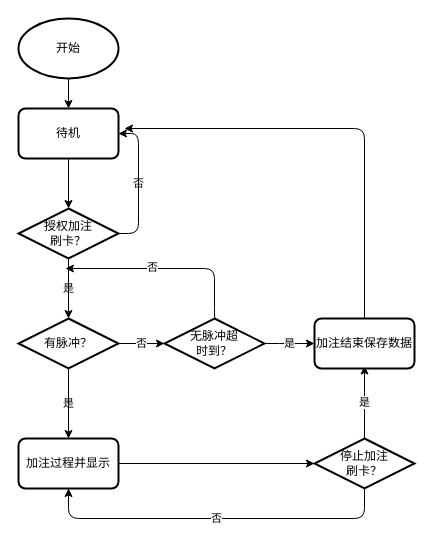
Above: page "操作流程图" (2 of 3) of electroic_meter.drawio in kupier/12306-electron (draw.io), before the change. Source tidied: cells renumbered, new cells numbered last; positions are measured from the earlier drawing's top-left corner, leaving out a move shared by most shapes. Both pictures are drawn from the tidied source at 100%, with x=0, y=0 at pixel (18, 18).
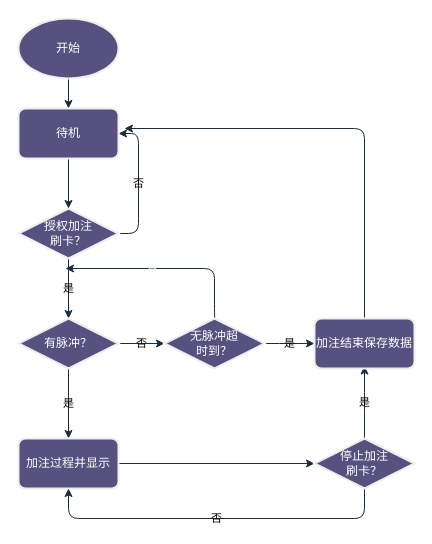
The same page after the edit.

The edit, as a diff of the source:
```diff
@@
-    <mxCell id="2" style="edgeStyle=orthogonalEdgeStyle;rounded=1;jettySize=auto;html=1;exitX=0.5;exitY=1;exitDx=0;exitDy=0;exitPerimeter=0;entryX=0.5;entryY=0;entryDx=0;entryDy=0;labelBackgroundColor=none;fontColor=default;" parent="1" edge="1" source="3" target="9">
+    <mxCell id="2" style="edgeStyle=orthogonalEdgeStyle;rounded=1;jettySize=auto;html=1;exitX=0.5;exitY=1;exitDx=0;exitDy=0;exitPerimeter=0;entryX=0.5;entryY=0;entryDx=0;entryDy=0;labelBackgroundColor=none;fontColor=default;strokeColor=#182E3E;" parent="1" edge="1" source="3" target="9">
       <mxGeometry relative="1" as="geometry" />
     </mxCell>
-    <mxCell id="3" value="开始" style="strokeWidth=2;html=1;shape=mxgraph.flowchart.start_1;whiteSpace=wrap;rounded=1;labelBackgroundColor=none;" parent="1" vertex="1">
+    <mxCell id="3" value="开始" style="strokeWidth=2;html=1;shape=mxgraph.flowchart.start_1;whiteSpace=wrap;rounded=1;labelBackgroundColor=none;fillColor=#56517E;strokeColor=#EEEEEE;fontColor=#FFFFFF;" parent="1" vertex="1">
       <mxGeometry width="100" height="60" as="geometry" />
     </mxCell>
-    <mxCell id="4" value="是" style="edgeStyle=orthogonalEdgeStyle;rounded=1;jettySize=auto;html=1;exitX=0.5;exitY=1;exitDx=0;exitDy=0;exitPerimeter=0;entryX=0.5;entryY=0;entryDx=0;entryDy=0;startArrow=none;labelBackgroundColor=none;fontColor=default;" parent="1" edge="1" source="13" target="11">
+    <mxCell id="4" value="是" style="edgeStyle=orthogonalEdgeStyle;rounded=1;jettySize=auto;html=1;exitX=0.5;exitY=1;exitDx=0;exitDy=0;exitPerimeter=0;entryX=0.5;entryY=0;entryDx=0;entryDy=0;startArrow=none;labelBackgroundColor=none;fontColor=default;strokeColor=#182E3E;" parent="1" edge="1" source="13" target="11">
       <mxGeometry relative="1" as="geometry" />
     </mxCell>
-    <mxCell id="5" value="是" style="edgeStyle=orthogonalEdgeStyle;rounded=1;jettySize=auto;html=1;exitX=0.5;exitY=1;exitDx=0;exitDy=0;exitPerimeter=0;entryX=0.5;entryY=0;entryDx=0;entryDy=0;entryPerimeter=0;labelBackgroundColor=none;fontColor=default;" parent="1" edge="1" source="7" target="13">
+    <mxCell id="5" value="是" style="edgeStyle=orthogonalEdgeStyle;rounded=1;jettySize=auto;html=1;exitX=0.5;exitY=1;exitDx=0;exitDy=0;exitPerimeter=0;entryX=0.5;entryY=0;entryDx=0;entryDy=0;entryPerimeter=0;labelBackgroundColor=none;fontColor=default;strokeColor=#182E3E;" parent="1" edge="1" source="7" target="13">
       <mxGeometry relative="1" as="geometry" />
     </mxCell>
-    <mxCell id="6" value="否" style="edgeStyle=orthogonalEdgeStyle;rounded=1;jettySize=auto;html=1;exitX=1;exitY=0.5;exitDx=0;exitDy=0;exitPerimeter=0;entryX=1;entryY=0.5;entryDx=0;entryDy=0;labelBackgroundColor=none;fontColor=default;" parent="1" edge="1" source="7" target="9">
+    <mxCell id="6" value="否" style="edgeStyle=orthogonalEdgeStyle;rounded=1;jettySize=auto;html=1;exitX=1;exitY=0.5;exitDx=0;exitDy=0;exitPerimeter=0;entryX=1;entryY=0.5;entryDx=0;entryDy=0;labelBackgroundColor=none;fontColor=default;strokeColor=#182E3E;" parent="1" edge="1" source="7" target="9">
       <mxGeometry relative="1" as="geometry" />
     </mxCell>
-    <mxCell id="7" value="授权加注&lt;br&gt;刷卡？" style="strokeWidth=2;html=1;shape=mxgraph.flowchart.decision;whiteSpace=wrap;rounded=1;labelBackgroundColor=none;" parent="1" vertex="1">
+    <mxCell id="7" value="授权加注&lt;br&gt;刷卡？" style="strokeWidth=2;html=1;shape=mxgraph.flowchart.decision;whiteSpace=wrap;rounded=1;labelBackgroundColor=none;fillColor=#56517E;strokeColor=#EEEEEE;fontColor=#FFFFFF;" parent="1" vertex="1">
       <mxGeometry y="190" width="100" height="50" as="geometry" />
     </mxCell>
-    <mxCell id="8" style="edgeStyle=orthogonalEdgeStyle;rounded=1;jettySize=auto;html=1;exitX=0.5;exitY=1;exitDx=0;exitDy=0;entryX=0.5;entryY=0;entryDx=0;entryDy=0;entryPerimeter=0;labelBackgroundColor=none;fontColor=default;" parent="1" edge="1" source="9" target="7">
+    <mxCell id="8" style="edgeStyle=orthogonalEdgeStyle;rounded=1;jettySize=auto;html=1;exitX=0.5;exitY=1;exitDx=0;exitDy=0;entryX=0.5;entryY=0;entryDx=0;entryDy=0;entryPerimeter=0;labelBackgroundColor=none;fontColor=default;strokeColor=#182E3E;" parent="1" edge="1" source="9" target="7">
       <mxGeometry relative="1" as="geometry" />
     </mxCell>
-    <mxCell id="9" value="待机" style="rounded=1;whiteSpace=wrap;html=1;absoluteArcSize=1;arcSize=14;strokeWidth=2;labelBackgroundColor=none;" parent="1" vertex="1">
+    <mxCell id="9" value="待机" style="rounded=1;whiteSpace=wrap;html=1;absoluteArcSize=1;arcSize=14;strokeWidth=2;labelBackgroundColor=none;fillColor=#56517E;strokeColor=#EEEEEE;fontColor=#FFFFFF;" parent="1" vertex="1">
       <mxGeometry y="90" width="100" height="50" as="geometry" />
     </mxCell>
-    <mxCell id="10" style="edgeStyle=orthogonalEdgeStyle;rounded=1;jettySize=auto;html=1;entryX=0;entryY=0.5;entryDx=0;entryDy=0;entryPerimeter=0;" parent="1" edge="1" source="11" target="16">
+    <mxCell id="10" style="edgeStyle=orthogonalEdgeStyle;rounded=1;jettySize=auto;html=1;entryX=0;entryY=0.5;entryDx=0;entryDy=0;entryPerimeter=0;labelBackgroundColor=none;strokeColor=#182E3E;fontColor=default;" parent="1" edge="1" source="11" target="16">
       <mxGeometry relative="1" as="geometry" />
     </mxCell>
-    <mxCell id="11" value="加注过程并显示" style="rounded=1;whiteSpace=wrap;html=1;absoluteArcSize=1;arcSize=14;strokeWidth=2;labelBackgroundColor=none;" parent="1" vertex="1">
+    <mxCell id="11" value="加注过程并显示" style="rounded=1;whiteSpace=wrap;html=1;absoluteArcSize=1;arcSize=14;strokeWidth=2;labelBackgroundColor=none;fillColor=#56517E;strokeColor=#EEEEEE;fontColor=#FFFFFF;" parent="1" vertex="1">
       <mxGeometry y="420" width="100" height="50" as="geometry" />
     </mxCell>
-    <mxCell id="12" value="否" style="edgeStyle=orthogonalEdgeStyle;rounded=1;jettySize=auto;html=1;exitX=1;exitY=0.5;exitDx=0;exitDy=0;exitPerimeter=0;entryX=0;entryY=0.5;entryDx=0;entryDy=0;entryPerimeter=0;" parent="1" edge="1" source="13" target="20">
+    <mxCell id="12" value="否" style="edgeStyle=orthogonalEdgeStyle;rounded=1;jettySize=auto;html=1;exitX=1;exitY=0.5;exitDx=0;exitDy=0;exitPerimeter=0;entryX=0;entryY=0.5;entryDx=0;entryDy=0;entryPerimeter=0;labelBackgroundColor=none;strokeColor=#182E3E;fontColor=default;" parent="1" edge="1" source="13" target="20">
       <mxGeometry relative="1" as="geometry" />
     </mxCell>
-    <mxCell id="13" value="有脉冲？" style="strokeWidth=2;html=1;shape=mxgraph.flowchart.decision;whiteSpace=wrap;rounded=1;labelBackgroundColor=none;" parent="1" vertex="1">
+    <mxCell id="13" value="有脉冲？" style="strokeWidth=2;html=1;shape=mxgraph.flowchart.decision;whiteSpace=wrap;rounded=1;labelBackgroundColor=none;fillColor=#56517E;strokeColor=#EEEEEE;fontColor=#FFFFFF;" parent="1" vertex="1">
       <mxGeometry y="300" width="100" height="50" as="geometry" />
     </mxCell>
-    <mxCell id="14" value="是" style="edgeStyle=orthogonalEdgeStyle;rounded=1;jettySize=auto;html=1;exitX=0.5;exitY=0;exitDx=0;exitDy=0;exitPerimeter=0;entryX=0.5;entryY=1;entryDx=0;entryDy=0;entryPerimeter=0;" parent="1" edge="1" source="16">
+    <mxCell id="14" value="是" style="edgeStyle=orthogonalEdgeStyle;rounded=1;jettySize=auto;html=1;exitX=0.5;exitY=0;exitDx=0;exitDy=0;exitPerimeter=0;entryX=0.5;entryY=1;entryDx=0;entryDy=0;entryPerimeter=0;labelBackgroundColor=none;strokeColor=#182E3E;fontColor=default;" parent="1" edge="1" source="16">
       <mxGeometry relative="1" as="geometry">
         <mxPoint x="346" y="347.5" as="targetPoint" />
       </mxGeometry>
     </mxCell>
-    <mxCell id="15" value="否" style="edgeStyle=orthogonalEdgeStyle;rounded=1;jettySize=auto;html=1;exitX=0.5;exitY=1;exitDx=0;exitDy=0;exitPerimeter=0;entryX=0.5;entryY=1;entryDx=0;entryDy=0;" parent="1" edge="1" source="16" target="11">
+    <mxCell id="15" value="否" style="edgeStyle=orthogonalEdgeStyle;rounded=1;jettySize=auto;html=1;exitX=0.5;exitY=1;exitDx=0;exitDy=0;exitPerimeter=0;entryX=0.5;entryY=1;entryDx=0;entryDy=0;labelBackgroundColor=none;strokeColor=#182E3E;fontColor=default;" parent="1" edge="1" source="16" target="11">
       <mxGeometry relative="1" as="geometry">
         <Array as="points">
           <mxPoint x="346" y="500" />
           <mxPoint x="50" y="500" />
         </Array>
       </mxGeometry>
     </mxCell>
-    <mxCell id="16" value="停止加注&lt;br&gt;刷卡？" style="strokeWidth=2;html=1;shape=mxgraph.flowchart.decision;whiteSpace=wrap;rounded=1;labelBackgroundColor=none;" parent="1" vertex="1">
+    <mxCell id="16" value="停止加注&lt;br&gt;刷卡？" style="strokeWidth=2;html=1;shape=mxgraph.flowchart.decision;whiteSpace=wrap;rounded=1;labelBackgroundColor=none;fillColor=#56517E;strokeColor=#EEEEEE;fontColor=#FFFFFF;" parent="1" vertex="1">
       <mxGeometry x="296" y="420" width="100" height="50" as="geometry" />
     </mxCell>
-    <mxCell id="17" value="是" style="edgeStyle=orthogonalEdgeStyle;rounded=1;jettySize=auto;html=1;exitX=1;exitY=0.5;exitDx=0;exitDy=0;exitPerimeter=0;entryX=0;entryY=0.5;entryDx=0;entryDy=0;entryPerimeter=0;" parent="1" edge="1" source="20">
+    <mxCell id="17" value="是" style="edgeStyle=orthogonalEdgeStyle;rounded=1;jettySize=auto;html=1;exitX=1;exitY=0.5;exitDx=0;exitDy=0;exitPerimeter=0;entryX=0;entryY=0.5;entryDx=0;entryDy=0;entryPerimeter=0;labelBackgroundColor=none;strokeColor=#182E3E;fontColor=default;" parent="1" edge="1" source="20">
       <mxGeometry relative="1" as="geometry">
         <mxPoint x="296" y="325" as="targetPoint" />
       </mxGeometry>
     </mxCell>
-    <mxCell id="18" style="edgeStyle=orthogonalEdgeStyle;rounded=1;orthogonalLoop=1;jettySize=auto;html=1;" parent="1" edge="1">
+    <mxCell id="18" style="edgeStyle=orthogonalEdgeStyle;rounded=1;orthogonalLoop=1;jettySize=auto;html=1;labelBackgroundColor=none;strokeColor=#182E3E;fontColor=default;" parent="1" edge="1">
       <mxGeometry relative="1" as="geometry">
         <mxPoint x="197" y="300" as="sourcePoint" />
         <mxPoint x="47" y="250" as="targetPoint" />
         <Array as="points">
           <mxPoint x="196" y="300" />
           <mxPoint x="196" y="250" />
         </Array>
       </mxGeometry>
     </mxCell>
-    <mxCell id="19" value="否" style="edgeLabel;html=1;align=center;verticalAlign=middle;rounded=1;" parent="18" vertex="1">
+    <mxCell id="19" value="否" style="edgeLabel;html=1;align=center;verticalAlign=middle;rounded=1;labelBackgroundColor=none;fontColor=#FFFFFF;" parent="18" vertex="1">
       <mxGeometry x="0.14" y="-2" relative="1" as="geometry" />
     </mxCell>
-    <mxCell id="20" value="无脉冲超&lt;br&gt;时到？" style="strokeWidth=2;html=1;shape=mxgraph.flowchart.decision;whiteSpace=wrap;rounded=1;labelBackgroundColor=none;" parent="1" vertex="1">
+    <mxCell id="20" value="无脉冲超&lt;br&gt;时到？" style="strokeWidth=2;html=1;shape=mxgraph.flowchart.decision;whiteSpace=wrap;rounded=1;labelBackgroundColor=none;fillColor=#56517E;strokeColor=#EEEEEE;fontColor=#FFFFFF;" parent="1" vertex="1">
       <mxGeometry x="146" y="300" width="100" height="50" as="geometry" />
     </mxCell>
-    <mxCell id="21" style="edgeStyle=orthogonalEdgeStyle;rounded=1;jettySize=auto;html=1;" parent="1" edge="1" source="22">
+    <mxCell id="21" style="edgeStyle=orthogonalEdgeStyle;rounded=1;jettySize=auto;html=1;labelBackgroundColor=none;strokeColor=#182E3E;fontColor=default;" parent="1" edge="1" source="22">
       <mxGeometry relative="1" as="geometry">
         <mxPoint x="106" y="110" as="targetPoint" />
         <Array as="points">
           <mxPoint x="346" y="110" />
         </Array>
       </mxGeometry>
     </mxCell>
-    <mxCell id="22" value="加注结束保存数据" style="rounded=1;whiteSpace=wrap;html=1;absoluteArcSize=1;arcSize=14;strokeWidth=2;labelBackgroundColor=none;" parent="1" vertex="1">
+    <mxCell id="22" value="加注结束保存数据" style="rounded=1;whiteSpace=wrap;html=1;absoluteArcSize=1;arcSize=14;strokeWidth=2;labelBackgroundColor=none;fillColor=#56517E;strokeColor=#EEEEEE;fontColor=#FFFFFF;" parent="1" vertex="1">
       <mxGeometry x="296" y="300" width="100" height="50" as="geometry" />
     </mxCell>
```
